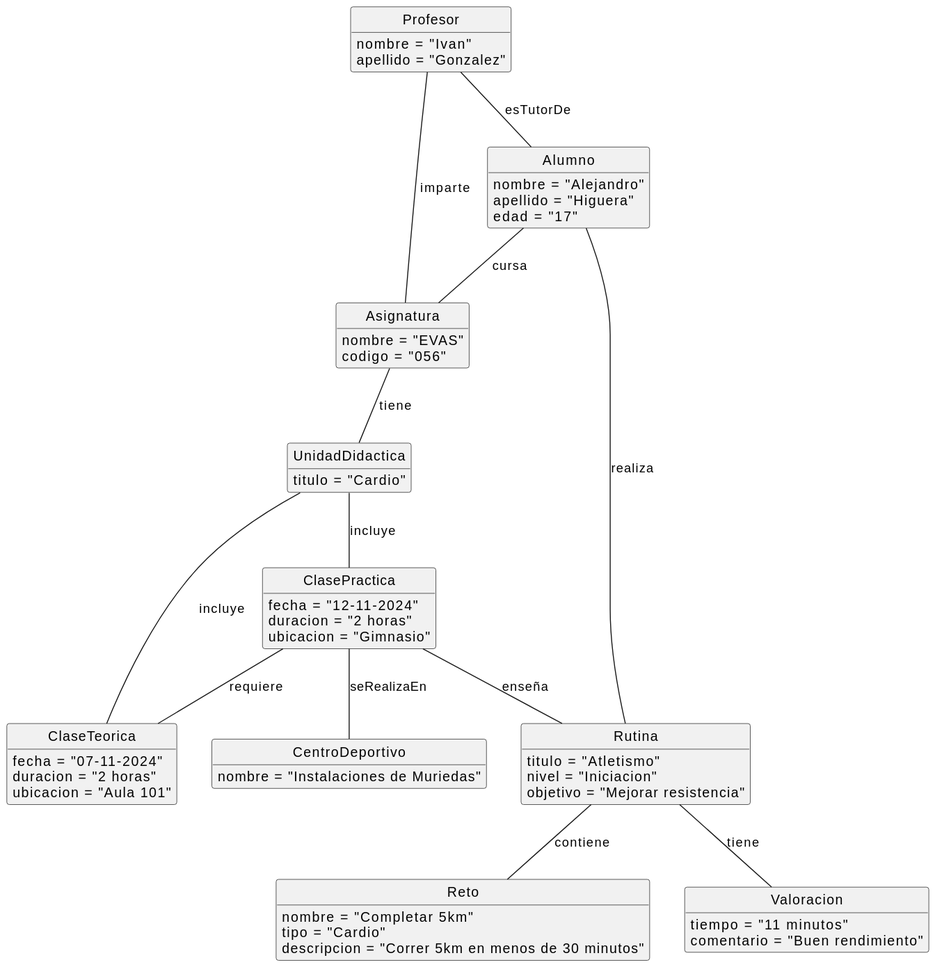
Above: Documentos/Imagenes/DiagramaObjetos/DiagramaObjetos.svg in mmasias/24-25-IdSw1-SDR (PlantUML), before the change.
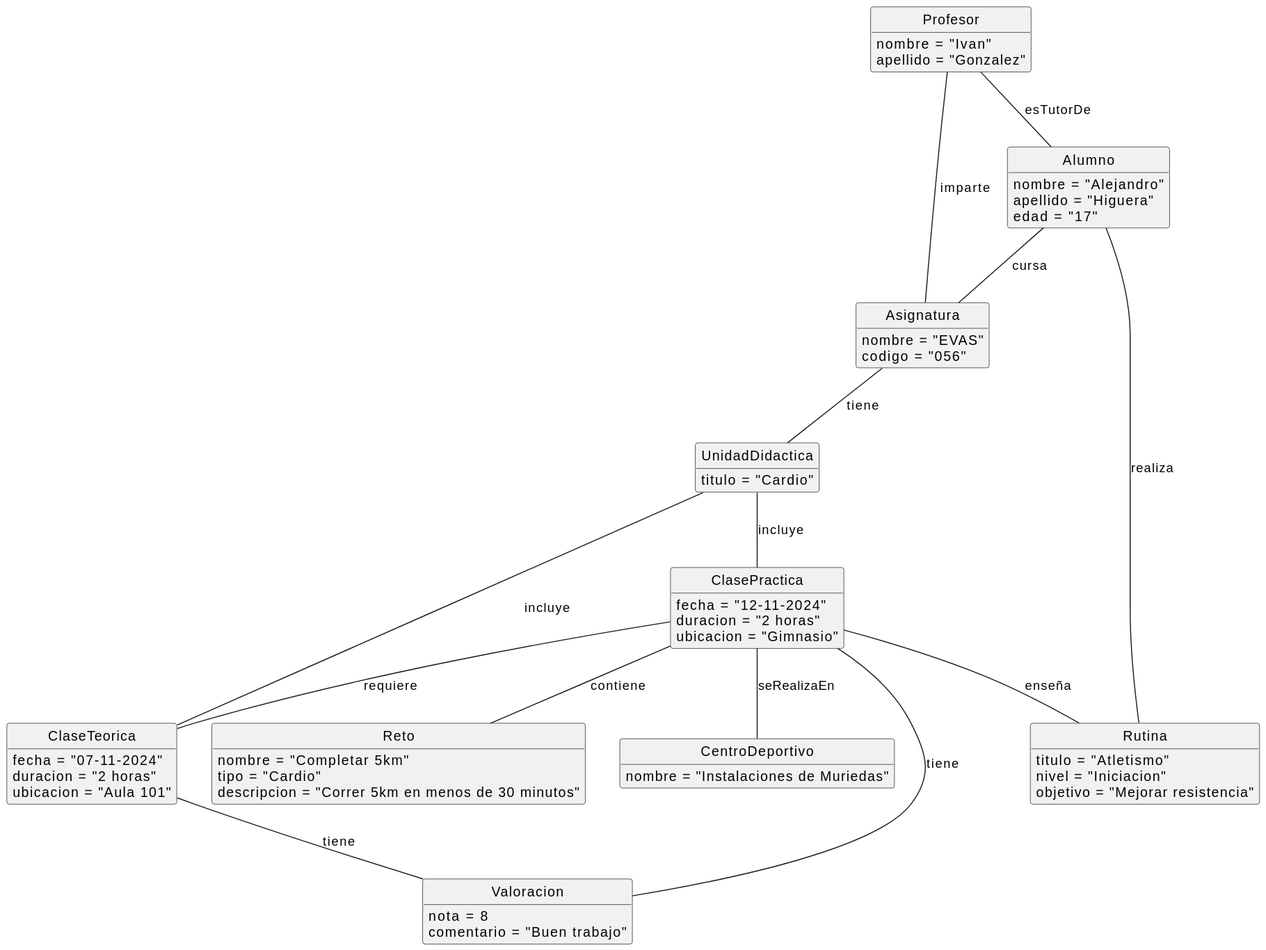
The same file after the commit.

Commit message:
Diagrama de Objetos

Diff of the diagram source:
```diff
@@ -51,8 +51,8 @@
 }
 
 class Valoracion {
-    tiempo = "11 minutos"
-    comentario = "Buen rendimiento"
+    nota = 8
+    comentario = "Buen trabajo"
 }
 
 Profesor -- Alumno : esTutorDe
@@ -63,8 +63,9 @@
 Alumno -- Asignatura : cursa
 ClasePractica -- CentroDeportivo : seRealizaEn
 ClasePractica -- Rutina : enseña
-Rutina -- Reto : contiene
-Rutina -- Valoracion: tiene
+ClasePractica -- Reto : contiene
+ClasePractica -- Valoracion: tiene
+ClaseTeorica -- Valoracion: tiene
 Alumno -- Rutina: realiza
 
 ClasePractica -- ClaseTeorica : requiere
```
